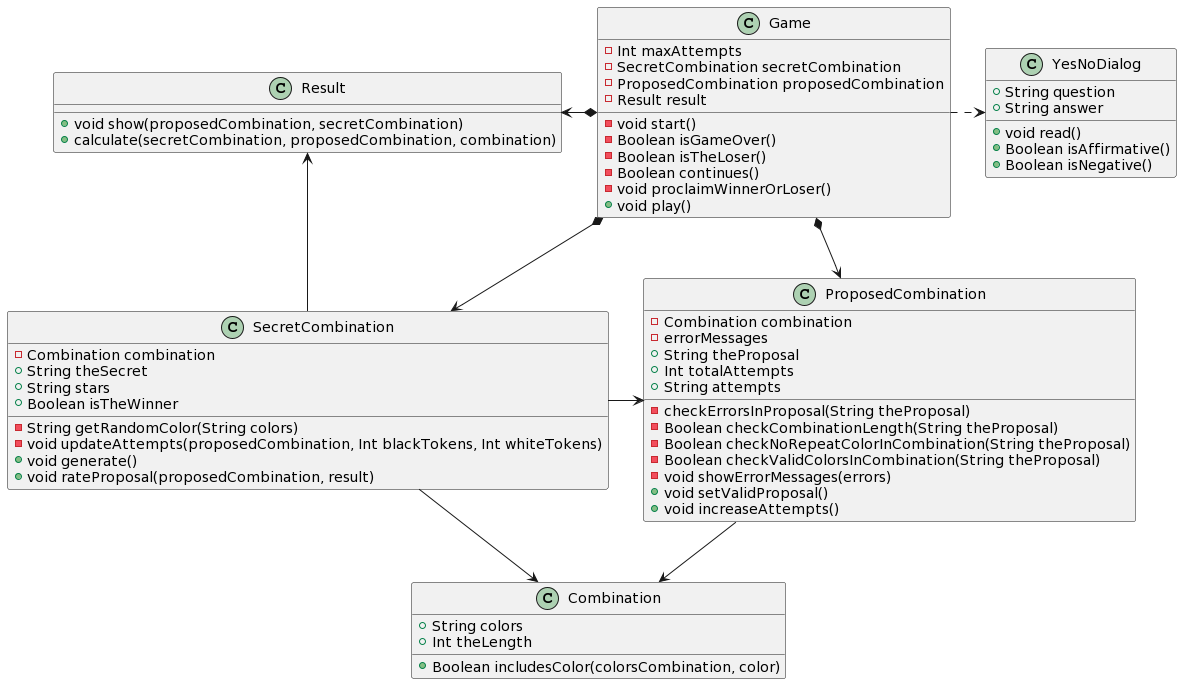
Before: tech-js-basada-objetos/game-mastermind/v0.2/v0.2.1/UML/v0.2.1-mastermind-uml.png, a diagram exported from PlantUML (USantaTecla-ed-mpds/lab-lovalace).
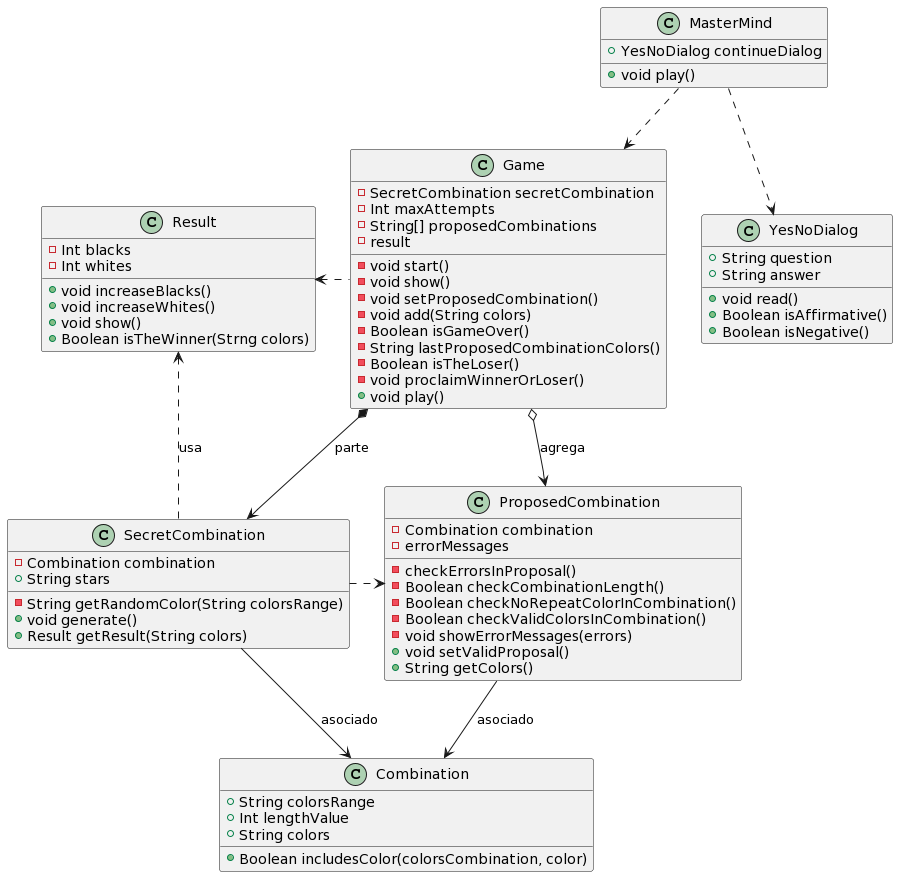
Above is the later version.

Diff of the diagram source:
```diff
@@ -1,13 +1,21 @@
 @startuml
+class MasterMind {
+  +YesNoDialog continueDialog
+  +void play()
+}
+
 class Game {
+  -SecretCombination secretCombination
   -Int maxAttempts
-  -SecretCombination secretCombination
-  -ProposedCombination proposedCombination
-  -Result result
+  -String[] proposedCombinations
+  -result
   -void start()
+  -void show()
+  -void setProposedCombination()
+  -void add(String colors)
   -Boolean isGameOver()
+  -String lastProposedCombinationColors()
   -Boolean isTheLoser()
-  -Boolean continues()
   -void proclaimWinnerOrLoser()
   +void play()
 }
@@ -22,47 +30,47 @@
 
 class SecretCombination {
   -Combination combination
-  +String theSecret
   +String stars
-  +Boolean isTheWinner
-  -String getRandomColor(String colors)
-  -void updateAttempts(proposedCombination, Int blackTokens, Int whiteTokens)
+  -String getRandomColor(String colorsRange)
   +void generate()
-  +void rateProposal(proposedCombination, result)
+  +Result getResult(String colors)
 }
 
 class ProposedCombination {
   -Combination combination
   -errorMessages
-  +String theProposal
-  +Int totalAttempts
-  +String attempts
-  -checkErrorsInProposal(String theProposal)
-  -Boolean checkCombinationLength(String theProposal)
-  -Boolean checkNoRepeatColorInCombination(String theProposal)
-  -Boolean checkValidColorsInCombination(String theProposal)
+  -checkErrorsInProposal()
+  -Boolean checkCombinationLength()
+  -Boolean checkNoRepeatColorInCombination()
+  -Boolean checkValidColorsInCombination()
   -void showErrorMessages(errors)
   +void setValidProposal()
-  +void increaseAttempts()
+  +String getColors()
 }
 
 class Combination {
+  +String colorsRange
+  +Int lengthValue
   +String colors
-  +Int theLength
   +Boolean includesColor(colorsCombination, color)
 }
 
 class Result {
-  +void show(proposedCombination, secretCombination)
-  +calculate(secretCombination, proposedCombination, combination)
+  -Int blacks
+  -Int whites
+  +void increaseBlacks()
+  +void increaseWhites()
+  +void show()
+  +Boolean isTheWinner(Strng colors)
 }
 
-Game .right.> YesNoDialog
-Game *-down-> SecretCombination
-Game *-down-> ProposedCombination
-Game *-left-> Result
-SecretCombination -left-> Result
-SecretCombination -right-> ProposedCombination
-SecretCombination -down-> Combination
-ProposedCombination -down-> Combination
+MasterMind .down.> Game
+MasterMind .down.> YesNoDialog
+Game *-down-> SecretCombination : parte
+Game o-down-> ProposedCombination : agrega
+Game .left.> Result
+SecretCombination .up.> Result : usa
+SecretCombination .right.> ProposedCombination
+SecretCombination -down-> Combination : asociado
+ProposedCombination -down-> Combination : asociado
 @enduml
```
